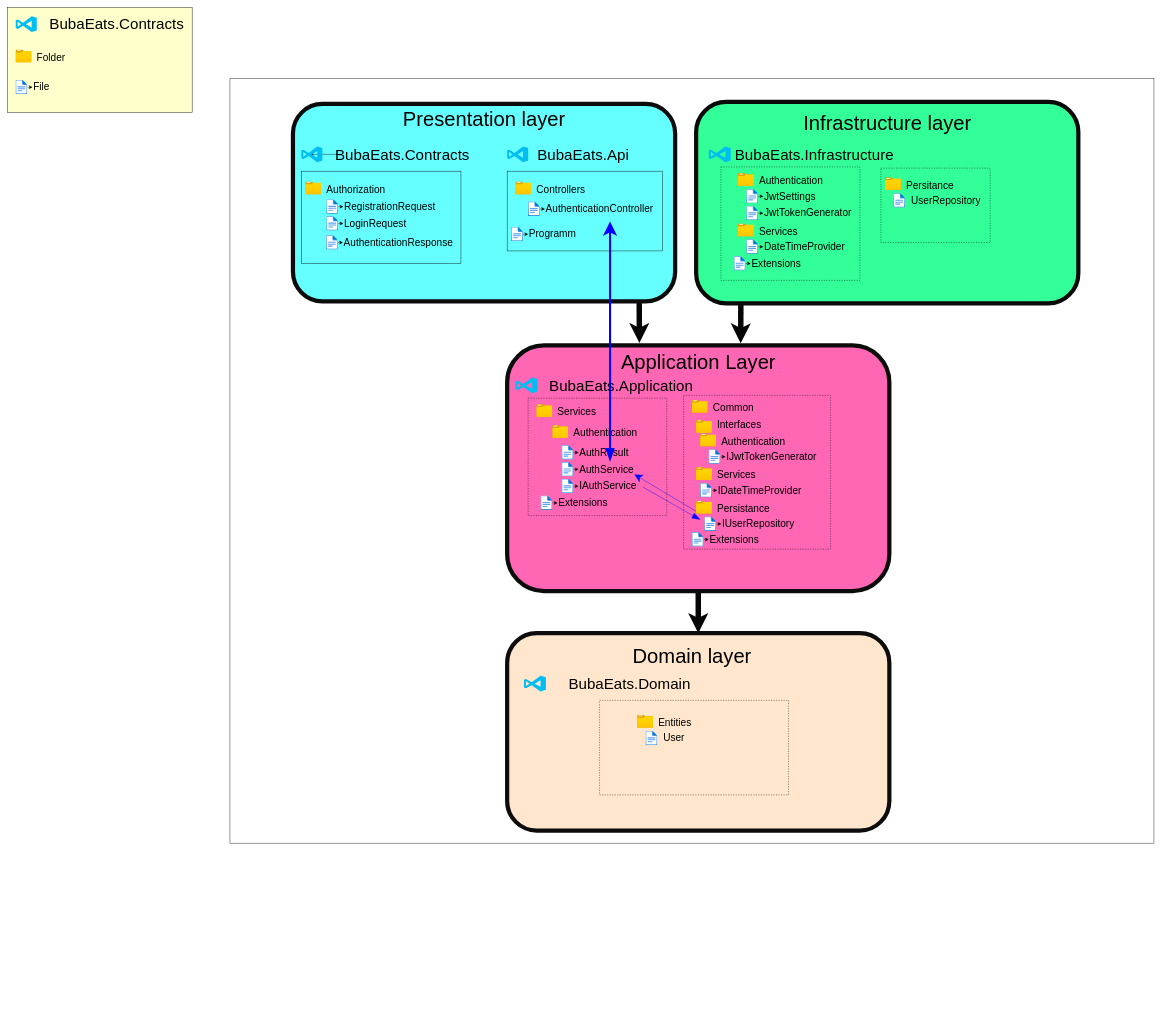
Before: view.drawio in PilarczykM/BubaEats, a draw.io diagram. Source tidied: cells renumbered, new cells numbered last; positions are measured from the earlier drawing's top-left corner, leaving out a move shared by most shapes. Both pictures are drawn from the tidied source at 42%, with x=0, y=0 at pixel (7, 7).
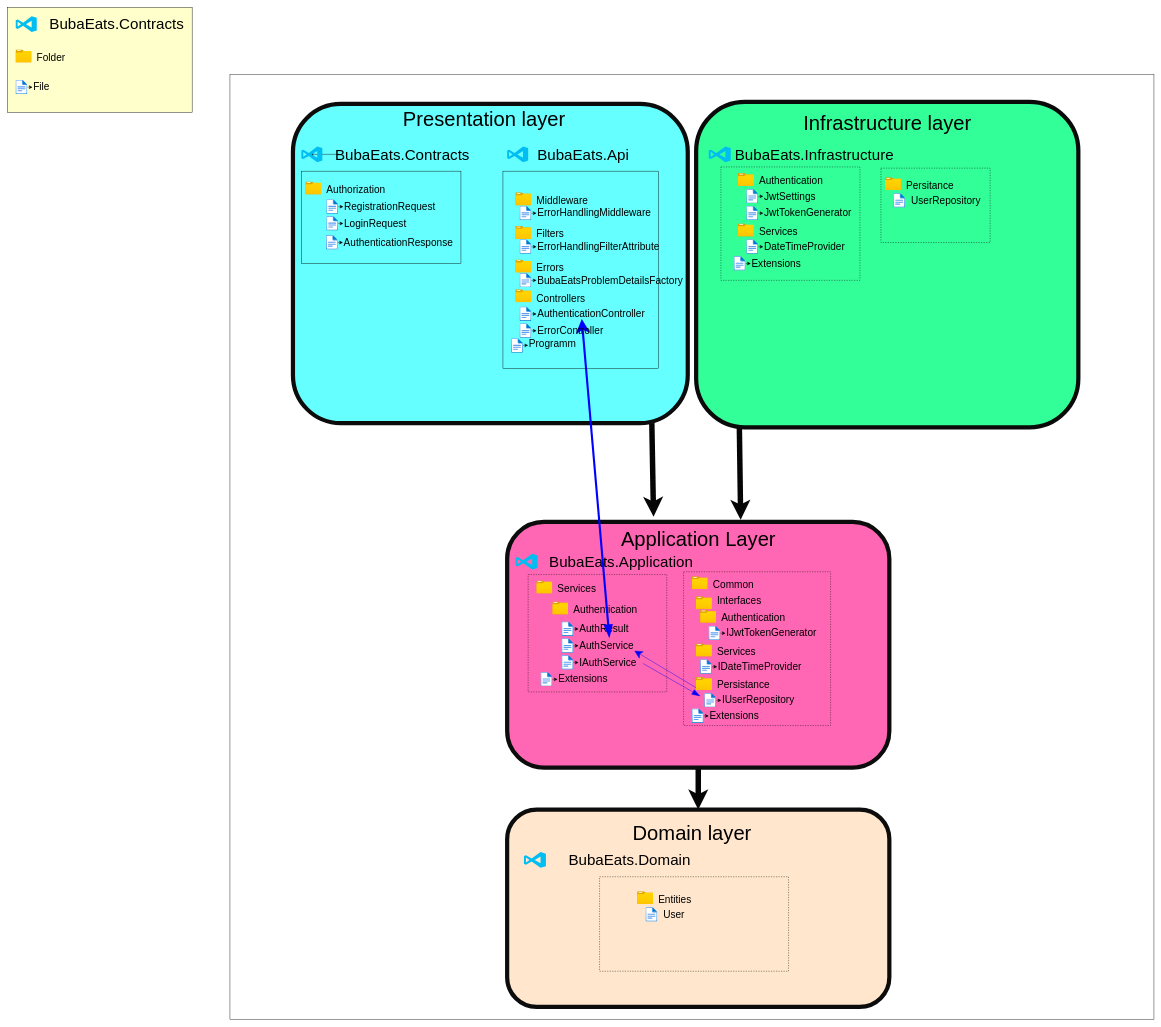
After the change.

Commit message:
Update global view

The change refers to these unchanged cells:
```xml
<mxCell id="76" value="AuthService" style="text;html=1;align=left;verticalAlign=middle;points=[];strokeColor=none;fillColor=none;fontSize=24;fontColor=#000000;" parent="74" vertex="1">
  <mxGeometry x="40" width="150" height="40" as="geometry" />
</mxCell>
<mxCell id="80" value="IAuthService" style="text;html=1;align=left;verticalAlign=middle;points=[];strokeColor=none;fillColor=none;fontSize=24;fontColor=#000000;" parent="78" vertex="1">
  <mxGeometry x="40" width="160" height="40" as="geometry" />
</mxCell>
```

The edit, as a diff of the source:
```diff
@@
     <mxCell id="2" style="rounded=0;whiteSpace=wrap;html=1;strokeColor=#0a0a0a;strokeWidth=1;fontSize=48;fontColor=#000000;fillColor=#FFFFFF;" parent="1" vertex="1">
-      <mxGeometry x="530" y="170" width="2200" height="1820" as="geometry" />
+      <mxGeometry x="530" y="160" width="2200" height="2250" as="geometry" />
     </mxCell>
-    <mxCell id="3" style="edgeStyle=none;html=1;strokeColor=#050505;strokeWidth=13;fontSize=24;fontColor=#000000;exitX=0.117;exitY=0.99;exitDx=0;exitDy=0;exitPerimeter=0;" parent="1" edge="1" source="4">
+    <mxCell id="3" style="edgeStyle=none;html=1;strokeColor=#050505;strokeWidth=13;fontSize=24;fontColor=#000000;exitX=0.113;exitY=0.996;exitDx=0;exitDy=0;exitPerimeter=0;" parent="1" edge="1" source="4">
       <mxGeometry relative="1" as="geometry">
-        <mxPoint x="1746" y="800" as="targetPoint" />
+        <mxPoint x="1746" y="1220" as="targetPoint" />
       </mxGeometry>
     </mxCell>
     <mxCell id="4" style="rounded=1;whiteSpace=wrap;html=1;strokeWidth=10;fontSize=24;fillColor=#33FF99;strokeColor=#0a0a0a;" parent="1" vertex="1">
-      <mxGeometry x="1640" y="225" width="910" height="480" as="geometry" />
+      <mxGeometry x="1640" y="225" width="910" height="775" as="geometry" />
     </mxCell>
-    <mxCell id="5" style="edgeStyle=none;html=1;exitX=0.906;exitY=1.004;exitDx=0;exitDy=0;fontSize=24;fontColor=#000000;strokeWidth=13;strokeColor=#050505;exitPerimeter=0;entryX=0.346;entryY=-0.01;entryDx=0;entryDy=0;entryPerimeter=0;" parent="1" edge="1" source="6" target="61">
+    <mxCell id="5" style="edgeStyle=none;html=1;exitX=0.909;exitY=1;exitDx=0;exitDy=0;fontSize=24;fontColor=#000000;strokeWidth=13;strokeColor=#050505;exitPerimeter=0;entryX=0.383;entryY=-0.021;entryDx=0;entryDy=0;entryPerimeter=0;" parent="1" edge="1" source="6" target="61">
       <mxGeometry relative="1" as="geometry" />
     </mxCell>
     <mxCell id="6" style="rounded=1;whiteSpace=wrap;html=1;fillColor=#66FFFF;strokeWidth=10;strokeColor=#0d0c0c;" parent="1" vertex="1">
-      <mxGeometry x="680" y="230" width="910" height="470" as="geometry" />
+      <mxGeometry x="680" y="230" width="940" height="760" as="geometry" />
     </mxCell>
@@
-    <mxCell id="26" style="group;" parent="1" vertex="1">
-      <mxGeometry x="1240" y="460" width="320" height="40" as="geometry" />
-    </mxCell>
-    <mxCell id="27" style="html=1;points=[];align=center;image;fontSize=12;image=img/lib/azure2/general/File.svg;rounded=1;strokeColor=#000000;fontColor=#000000;fillColor=#FFFFCC;" parent="26" vertex="1">
-      <mxGeometry y="2.8" width="28" height="34.5" as="geometry" />
-    </mxCell>
-    <mxCell id="28" value="AuthenticationController" style="text;html=1;align=left;verticalAlign=middle;points=[];strokeColor=none;fillColor=none;fontSize=24;fontColor=#000000;" parent="26" vertex="1">
-      <mxGeometry x="40" width="280" height="40" as="geometry" />
-    </mxCell>
-    <mxCell id="29" style="edgeStyle=none;html=1;fontSize=24;fontColor=#000000;" parent="26" edge="1" source="27" target="28">
-      <mxGeometry relative="1" as="geometry" />
-    </mxCell>
     <mxCell id="30" style="group;dashed=1;" parent="1" vertex="1">
-      <mxGeometry x="700" y="390" width="380" height="220" as="geometry" />
+      <mxGeometry x="700" y="390" width="670" height="620" as="geometry" />
     </mxCell>
@@
+    <mxCell id="48" style="rounded=0;whiteSpace=wrap;html=1;fontSize=24;fontColor=#000000;fillColor=none;strokeColor=#000000;" parent="30" vertex="1">
+      <mxGeometry x="480" width="370" height="470" as="geometry" />
+    </mxCell>
     <mxCell id="47" style="group;dashed=1;" parent="1" vertex="1">
-      <mxGeometry x="1190" y="390" width="370" height="190" as="geometry" />
+      <mxGeometry x="1190" y="390" width="370" height="470" as="geometry" />
     </mxCell>
-    <mxCell id="48" style="rounded=0;whiteSpace=wrap;html=1;fontSize=24;fontColor=#000000;fillColor=none;strokeColor=#000000;" parent="47" vertex="1">
-      <mxGeometry width="370" height="190" as="geometry" />
-    </mxCell>
     <mxCell id="49" style="group;" parent="47" vertex="1">
-      <mxGeometry x="20" width="188" height="70" as="geometry" />
+      <mxGeometry x="20" y="220" width="188" height="173.2" as="geometry" />
     </mxCell>
     <mxCell id="50" style="html=1;align=center;image;fontSize=12;image=img/lib/azure2/general/Folder_Blank.svg;rounded=1;strokeColor=#000000;fontColor=#000000;fillColor=#FFFFCC;" parent="49" vertex="1">
-      <mxGeometry y="25" width="38" height="31" as="geometry" />
+      <mxGeometry y="61.8" width="38" height="31" as="geometry" />
     </mxCell>
     <mxCell id="51" value="&lt;font style=&quot;font-size: 24px;&quot;&gt;Controllers&lt;/font&gt;" style="text;html=1;align=left;verticalAlign=middle;strokeColor=none;fillColor=none;fontSize=48;fontColor=#000000;" parent="49" vertex="1">
-      <mxGeometry x="48" width="140" height="70" as="geometry" />
+      <mxGeometry x="48" y="40" width="140" height="70" as="geometry" />
     </mxCell>
     <mxCell id="52" style="group;" parent="47" vertex="1">
-      <mxGeometry x="10" y="130" width="320" height="40" as="geometry" />
+      <mxGeometry x="10" y="391.6" width="320" height="98.9" as="geometry" />
     </mxCell>
     <mxCell id="53" style="html=1;points=[];align=center;image;fontSize=12;image=img/lib/azure2/general/File.svg;rounded=1;strokeColor=#000000;fontColor=#000000;fillColor=#FFFFCC;" parent="52" vertex="1">
-      <mxGeometry y="2.8" width="28" height="34.5" as="geometry" />
+      <mxGeometry y="6.8" width="28" height="34.5" as="geometry" />
     </mxCell>
@@
     <mxCell id="61" style="rounded=1;whiteSpace=wrap;html=1;fillColor=#FF66B3;strokeWidth=10;strokeColor=#0d0c0c;" parent="1" vertex="1">
-      <mxGeometry x="1190" y="805" width="910" height="585" as="geometry" />
+      <mxGeometry x="1190" y="1225" width="910" height="585" as="geometry" />
     </mxCell>
     <mxCell id="62" value="&lt;font style=&quot;font-size: 48px;&quot;&gt;Application Layer&lt;/font&gt;" style="text;html=1;align=center;verticalAlign=middle;strokeColor=none;fillColor=none;fontSize=24;fontColor=#000000;" parent="1" vertex="1">
-      <mxGeometry x="1450" y="810" width="390" height="70" as="geometry" />
+      <mxGeometry x="1450" y="1230" width="390" height="70" as="geometry" />
     </mxCell>
     <mxCell id="63" style="group;" parent="1" vertex="1">
-      <mxGeometry x="1260" y="920" width="410" height="290" as="geometry" />
+      <mxGeometry x="1260" y="1340" width="410" height="290" as="geometry" />
     </mxCell>
@@
     <mxCell id="70" style="group;" parent="1" vertex="1">
-      <mxGeometry x="1320" y="1040" width="280" height="40" as="geometry" />
+      <mxGeometry x="1320" y="1460" width="280" height="40" as="geometry" />
     </mxCell>
@@
     <mxCell id="74" style="group;" parent="1" vertex="1">
-      <mxGeometry x="1320" y="1080" width="280" height="70" as="geometry" />
+      <mxGeometry x="1320" y="1500" width="280" height="70" as="geometry" />
     </mxCell>
@@
     <mxCell id="78" style="group;" parent="1" vertex="1">
-      <mxGeometry x="1320" y="1120" width="280" height="40" as="geometry" />
+      <mxGeometry x="1320" y="1540" width="280" height="40" as="geometry" />
     </mxCell>
@@
     <mxCell id="82" style="group;" parent="1" vertex="1">
-      <mxGeometry x="1270" y="1160" width="280" height="40" as="geometry" />
+      <mxGeometry x="1270" y="1580" width="280" height="40" as="geometry" />
     </mxCell>
@@
     <mxCell id="86" style="rounded=1;whiteSpace=wrap;html=1;fillColor=#FFE6CC;strokeWidth=10;strokeColor=#0d0c0c;" parent="1" vertex="1">
-      <mxGeometry x="1190" y="1490" width="910" height="470" as="geometry" />
+      <mxGeometry x="1190" y="1910" width="910" height="470" as="geometry" />
     </mxCell>
     <mxCell id="87" value="&lt;font style=&quot;font-size: 48px;&quot; color=&quot;#000000&quot;&gt;Domain layer&lt;/font&gt;" style="text;html=1;align=center;verticalAlign=middle;strokeColor=none;fillColor=none;" parent="1" vertex="1">
-      <mxGeometry x="1475" y="1510" width="310" height="70" as="geometry" />
+      <mxGeometry x="1475" y="1930" width="310" height="70" as="geometry" />
     </mxCell>
     <mxCell id="88" style="group;" parent="1" vertex="1">
-      <mxGeometry x="1230" y="1580" width="460" height="60" as="geometry" />
+      <mxGeometry x="1230" y="2000" width="460" height="60" as="geometry" />
     </mxCell>
@@
     <mxCell id="91" style="group;" parent="1" vertex="1">
-      <mxGeometry x="1210" y="870" width="460" height="60" as="geometry" />
+      <mxGeometry x="1210" y="1290" width="460" height="60" as="geometry" />
     </mxCell>
@@
     <mxCell id="94" style="rounded=0;whiteSpace=wrap;html=1;dashed=1;strokeColor=#0a0a0a;strokeWidth=1;fontSize=48;fontColor=#000000;fillColor=none;" parent="1" vertex="1">
-      <mxGeometry x="1410" y="1650" width="450" height="225" as="geometry" />
+      <mxGeometry x="1410" y="2070" width="450" height="225" as="geometry" />
     </mxCell>
@@
     <mxCell id="118" style="group;" parent="1" vertex="1">
-      <mxGeometry x="1630" y="910" width="168" height="70" as="geometry" />
+      <mxGeometry x="1630" y="1330" width="168" height="70" as="geometry" />
     </mxCell>
@@
     <mxCell id="121" style="group;" parent="1" vertex="1">
-      <mxGeometry x="1640" y="950" width="320" height="340" as="geometry" />
+      <mxGeometry x="1640" y="1370" width="320" height="340" as="geometry" />
     </mxCell>
@@
     <mxCell id="132" style="group;" parent="1" vertex="1">
-      <mxGeometry x="1650" y="990" width="228" height="70" as="geometry" />
+      <mxGeometry x="1650" y="1410" width="228" height="70" as="geometry" />
     </mxCell>
@@
     <mxCell id="135" style="group;" parent="1" vertex="1">
-      <mxGeometry x="1670" y="1050" width="280" height="40" as="geometry" />
+      <mxGeometry x="1670" y="1470" width="280" height="40" as="geometry" />
     </mxCell>
@@
     <mxCell id="139" style="group;" parent="1" vertex="1">
-      <mxGeometry x="1640" y="1070" width="178" height="70" as="geometry" />
+      <mxGeometry x="1640" y="1490" width="178" height="70" as="geometry" />
     </mxCell>
@@
     <mxCell id="142" style="group;" parent="1" vertex="1">
-      <mxGeometry x="1650" y="1130" width="280" height="40" as="geometry" />
+      <mxGeometry x="1650" y="1550" width="280" height="40" as="geometry" />
     </mxCell>
@@
     <mxCell id="146" style="group;" parent="1" vertex="1">
-      <mxGeometry x="1630" y="1247" width="280" height="46" as="geometry" />
+      <mxGeometry x="1630" y="1667" width="280" height="46" as="geometry" />
     </mxCell>
@@
     <mxCell id="155" style="endArrow=none;html=1;entryX=0.956;entryY=0.55;entryDx=0;entryDy=0;entryPerimeter=0;endSize=6;startArrow=blockThin;startFill=1;endFill=0;startSize=18;strokeColor=#0000FF;" parent="1" edge="1" target="80">
       <mxGeometry relative="1" as="geometry">
-        <mxPoint x="1650" y="1220" as="sourcePoint" />
+        <mxPoint x="1650" y="1640" as="sourcePoint" />
       </mxGeometry>
     </mxCell>
     <mxCell id="156" style="endArrow=classic;html=1;entryX=0.956;entryY=0.55;entryDx=0;entryDy=0;entryPerimeter=0;endSize=17;strokeColor=#0000FF;" parent="1" edge="1">
       <mxGeometry relative="1" as="geometry">
-        <mxPoint x="1640" y="1200" as="sourcePoint" />
-        <mxPoint x="1493" y="1112" as="targetPoint" />
+        <mxPoint x="1640" y="1620" as="sourcePoint" />
+        <mxPoint x="1493" y="1532" as="targetPoint" />
       </mxGeometry>
     </mxCell>
-    <mxCell id="157" style="endArrow=classic;html=1;startSize=18;endSize=18;strokeWidth=5;startArrow=blockThin;startFill=1;strokeColor=#0000FF;" parent="1" edge="1" source="76">
-      <mxGeometry relative="1" as="geometry">
-        <mxPoint x="1435" y="510" as="targetPoint" />
-      </mxGeometry>
+    <mxCell id="157" style="endArrow=classic;html=1;startSize=18;endSize=18;strokeWidth=5;startArrow=blockThin;startFill=1;strokeColor=#0000FF;entryX=0.598;entryY=-0.198;entryDx=0;entryDy=0;entryPerimeter=0;" parent="1" edge="1" source="76" target="166">
+      <mxGeometry relative="1" as="geometry" />
     </mxCell>
     <mxCell id="158" style="group;" parent="1" vertex="1">
-      <mxGeometry x="1500" y="1660" width="228" height="70" as="geometry" />
+      <mxGeometry x="1500" y="2080" width="228" height="70" as="geometry" />
     </mxCell>
@@
     <mxCell id="161" style="html=1;align=center;image;fontSize=12;image=img/lib/azure2/general/File.svg;rounded=1;strokeColor=#000000;fontColor=#000000;fillColor=#FFFFCC;" parent="1" vertex="1">
-      <mxGeometry x="1520" y="1722.8" width="28" height="34.5" as="geometry" />
+      <mxGeometry x="1520" y="2142.8" width="28" height="34.5" as="geometry" />
     </mxCell>
     <mxCell id="162" value="User" style="text;html=1;align=left;verticalAlign=middle;strokeColor=none;fillColor=none;fontSize=24;fontColor=#000000;" parent="1" vertex="1">
-      <mxGeometry x="1560" y="1720" width="70" height="40" as="geometry" />
+      <mxGeometry x="1560" y="2140" width="70" height="40" as="geometry" />
     </mxCell>
@@
+    <mxCell id="26" style="group;" parent="1" vertex="1">
+      <mxGeometry x="1220" y="710" width="320" height="40" as="geometry" />
+    </mxCell>
+    <mxCell id="27" style="html=1;points=[];align=center;image;fontSize=12;image=img/lib/azure2/general/File.svg;rounded=1;strokeColor=#000000;fontColor=#000000;fillColor=#FFFFCC;" parent="26" vertex="1">
+      <mxGeometry y="2.8" width="28" height="34.5" as="geometry" />
+    </mxCell>
+    <mxCell id="28" value="AuthenticationController" style="text;html=1;align=left;verticalAlign=middle;points=[];strokeColor=none;fillColor=none;fontSize=24;fontColor=#000000;" parent="26" vertex="1">
+      <mxGeometry x="40" width="280" height="40" as="geometry" />
+    </mxCell>
+    <mxCell id="29" style="edgeStyle=none;html=1;fontSize=24;fontColor=#000000;" parent="26" edge="1" source="27" target="28">
+      <mxGeometry relative="1" as="geometry" />
+    </mxCell>
+    <mxCell id="164" style="group;" parent="1" vertex="1">
+      <mxGeometry x="1220" y="750" width="320" height="40" as="geometry" />
+    </mxCell>
+    <mxCell id="165" style="html=1;points=[];align=center;image;fontSize=12;image=img/lib/azure2/general/File.svg;rounded=1;strokeColor=#000000;fontColor=#000000;fillColor=#FFFFCC;" parent="164" vertex="1">
+      <mxGeometry y="2.8" width="28" height="34.5" as="geometry" />
+    </mxCell>
+    <mxCell id="166" value="ErrorController" style="text;html=1;align=left;verticalAlign=middle;points=[];strokeColor=none;fillColor=none;fontSize=24;fontColor=#000000;" parent="164" vertex="1">
+      <mxGeometry x="40" width="180" height="40" as="geometry" />
+    </mxCell>
+    <mxCell id="167" style="edgeStyle=none;html=1;fontSize=24;fontColor=#000000;" parent="164" edge="1" source="165" target="166">
+      <mxGeometry relative="1" as="geometry" />
+    </mxCell>
+    <mxCell id="168" style="group;" parent="1" vertex="1">
+      <mxGeometry x="1210" y="576" width="138" height="70" as="geometry" />
+    </mxCell>
+    <mxCell id="169" style="html=1;align=center;image;fontSize=12;image=img/lib/azure2/general/Folder_Blank.svg;rounded=1;strokeColor=#000000;fontColor=#000000;fillColor=#FFFFCC;" parent="168" vertex="1">
+      <mxGeometry y="25" width="38" height="31" as="geometry" />
+    </mxCell>
+    <mxCell id="170" value="&lt;font style=&quot;font-size: 24px;&quot;&gt;Errors&lt;/font&gt;" style="text;html=1;align=left;verticalAlign=middle;strokeColor=none;fillColor=none;fontSize=48;fontColor=#000000;" parent="168" vertex="1">
+      <mxGeometry x="48" width="90" height="70" as="geometry" />
+    </mxCell>
+    <mxCell id="171" style="group;" parent="1" vertex="1">
+      <mxGeometry x="1220" y="630" width="410" height="40" as="geometry" />
+    </mxCell>
+    <mxCell id="172" style="html=1;points=[];align=center;image;fontSize=12;image=img/lib/azure2/general/File.svg;rounded=1;strokeColor=#000000;fontColor=#000000;fillColor=#FFFFCC;" parent="171" vertex="1">
+      <mxGeometry y="2.8" width="28" height="34.5" as="geometry" />
+    </mxCell>
+    <mxCell id="173" value="BubaEatsProblemDetailsFactory" style="text;html=1;align=left;verticalAlign=middle;points=[];strokeColor=none;fillColor=none;fontSize=24;fontColor=#000000;" parent="171" vertex="1">
+      <mxGeometry x="40" width="370" height="40" as="geometry" />
+    </mxCell>
+    <mxCell id="174" style="edgeStyle=none;html=1;fontSize=24;fontColor=#000000;" parent="171" edge="1" source="172" target="173">
+      <mxGeometry relative="1" as="geometry" />
+    </mxCell>
+    <mxCell id="175" style="group;" parent="1" vertex="1">
+      <mxGeometry x="1210" y="496" width="138" height="70" as="geometry" />
+    </mxCell>
+    <mxCell id="176" style="html=1;align=center;image;fontSize=12;image=img/lib/azure2/general/Folder_Blank.svg;rounded=1;strokeColor=#000000;fontColor=#000000;fillColor=#FFFFCC;" parent="175" vertex="1">
+      <mxGeometry y="25" width="38" height="31" as="geometry" />
+    </mxCell>
+    <mxCell id="177" value="&lt;font style=&quot;font-size: 24px;&quot;&gt;Filters&lt;/font&gt;" style="text;html=1;align=left;verticalAlign=middle;strokeColor=none;fillColor=none;fontSize=48;fontColor=#000000;" parent="175" vertex="1">
+      <mxGeometry x="48" width="90" height="70" as="geometry" />
+    </mxCell>
+    <mxCell id="178" style="group;" parent="1" vertex="1">
+      <mxGeometry x="1220" y="550" width="410" height="40" as="geometry" />
+    </mxCell>
+    <mxCell id="179" style="html=1;points=[];align=center;image;fontSize=12;image=img/lib/azure2/general/File.svg;rounded=1;strokeColor=#000000;fontColor=#000000;fillColor=#FFFFCC;" parent="178" vertex="1">
+      <mxGeometry y="2.8" width="28" height="34.5" as="geometry" />
+    </mxCell>
+    <mxCell id="180" value="ErrorHandlingFilterAttribute" style="text;html=1;align=left;verticalAlign=middle;points=[];strokeColor=none;fillColor=none;fontSize=24;fontColor=#000000;" parent="178" vertex="1">
+      <mxGeometry x="40" width="310" height="40" as="geometry" />
+    </mxCell>
+    <mxCell id="181" style="edgeStyle=none;html=1;fontSize=24;fontColor=#000000;" parent="178" edge="1" source="179" target="180">
+      <mxGeometry relative="1" as="geometry" />
+    </mxCell>
+    <mxCell id="182" style="group;" parent="1" vertex="1">
+      <mxGeometry x="1210" y="436" width="198" height="70" as="geometry" />
+    </mxCell>
+    <mxCell id="183" style="html=1;align=center;image;fontSize=12;image=img/lib/azure2/general/Folder_Blank.svg;rounded=1;strokeColor=#000000;fontColor=#000000;fillColor=#FFFFCC;" parent="182" vertex="1">
+      <mxGeometry y="5" width="38" height="31" as="geometry" />
+    </mxCell>
+    <mxCell id="184" value="&lt;font style=&quot;font-size: 24px;&quot;&gt;Middleware&lt;/font&gt;" style="text;html=1;align=left;verticalAlign=middle;strokeColor=none;fillColor=none;fontSize=48;fontColor=#000000;" parent="182" vertex="1">
+      <mxGeometry x="48" y="-20" width="150" height="70" as="geometry" />
+    </mxCell>
+    <mxCell id="185" style="group;" parent="1" vertex="1">
+      <mxGeometry x="1220" y="470" width="410" height="40" as="geometry" />
+    </mxCell>
+    <mxCell id="186" style="html=1;points=[];align=center;image;fontSize=12;image=img/lib/azure2/general/File.svg;rounded=1;strokeColor=#000000;fontColor=#000000;fillColor=#FFFFCC;" parent="185" vertex="1">
+      <mxGeometry y="2.8" width="28" height="34.5" as="geometry" />
+    </mxCell>
+    <mxCell id="187" value="ErrorHandlingMiddleware" style="text;html=1;align=left;verticalAlign=middle;points=[];strokeColor=none;fillColor=none;fontSize=24;fontColor=#000000;" parent="185" vertex="1">
+      <mxGeometry x="40" width="290" height="40" as="geometry" />
+    </mxCell>
+    <mxCell id="188" style="edgeStyle=none;html=1;fontSize=24;fontColor=#000000;" parent="185" edge="1" source="186" target="187">
+      <mxGeometry relative="1" as="geometry" />
+    </mxCell>
```
